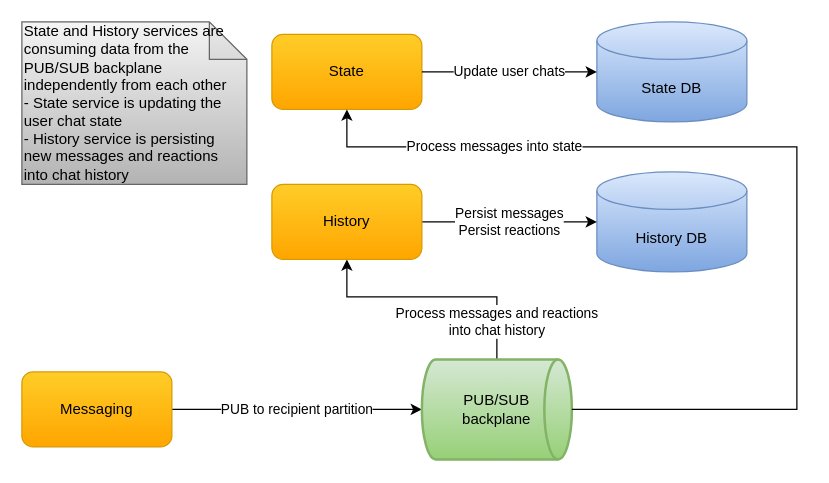
Earlier version of the draw.io diagram docs/diagrams/cecochat-04-history-state.drawio (cvetomir-todorov/CecoChat). Source tidied: cells renumbered, new cells numbered last; positions are measured from the earlier drawing's top-left corner, leaving out a move shared by most shapes. Both pictures are drawn from the tidied source at 125%, with x=0, y=0 at pixel (21, 21).
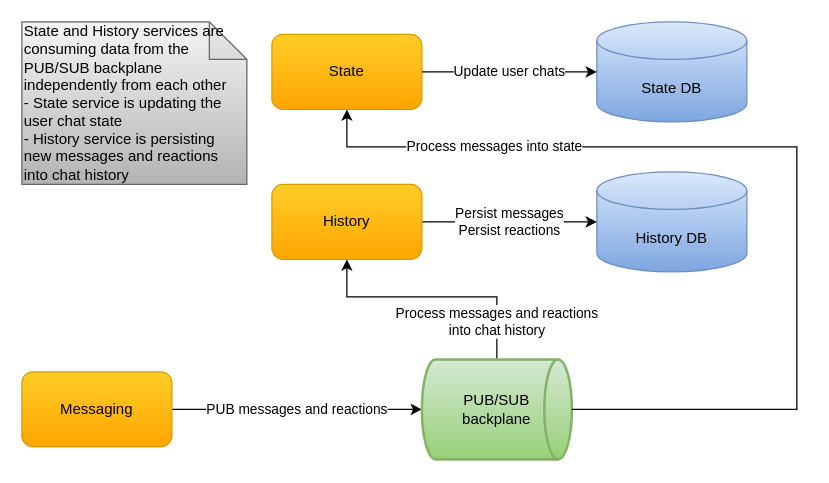
After the change.

Diff of the diagram source:
```diff
@@
 <mxGraphModel>
   <root>
     <mxCell id="0" />
     <mxCell id="1" parent="0" />
-    <mxCell id="2" value="PUB to recipient partition" style="rounded=0;jettySize=auto;html=1;entryX=0;entryY=0.5;entryDx=0;entryDy=0;entryPerimeter=0;startArrow=none;startFill=0;exitX=1;exitY=0.5;exitDx=0;exitDy=0;" parent="1" edge="1" source="3" target="5">
+    <mxCell id="2" value="PUB messages and reactions" style="rounded=0;jettySize=auto;html=1;entryX=0;entryY=0.5;entryDx=0;entryDy=0;entryPerimeter=0;startArrow=none;startFill=0;exitX=1;exitY=0.5;exitDx=0;exitDy=0;" parent="1" edge="1" source="3" target="5">
       <mxGeometry relative="1" as="geometry" />
     </mxCell>
     <mxCell id="3" value="&lt;font style=&quot;font-size: 12px&quot;&gt;Messaging&lt;/font&gt;" style="rounded=1;whiteSpace=wrap;html=1;gradientColor=#ffa500;fillColor=#ffcd28;strokeColor=#d79b00;" parent="1" vertex="1">
       <mxGeometry y="280" width="120" height="60" as="geometry" />
     </mxCell>
     <mxCell id="4" value="Process messages and reactions&lt;br&gt;into chat history" style="edgeStyle=orthogonalEdgeStyle;rounded=0;jettySize=auto;html=1;entryX=0.5;entryY=1;entryDx=0;entryDy=0;exitX=0.5;exitY=0;exitDx=0;exitDy=0;exitPerimeter=0;" parent="1" edge="1" source="5" target="8">
       <mxGeometry x="-0.7" relative="1" as="geometry">
         <Array as="points">
           <mxPoint x="380" y="220" />
           <mxPoint x="260" y="220" />
         </Array>
       </mxGeometry>
     </mxCell>
     <mxCell id="5" value="PUB/SUB&lt;br&gt;backplane" style="strokeWidth=2;html=1;shape=mxgraph.flowchart.direct_data;whiteSpace=wrap;gradientColor=#97d077;fillColor=#d5e8d4;strokeColor=#82b366;" parent="1" vertex="1">
       <mxGeometry x="320" y="270" width="120" height="80" as="geometry" />
     </mxCell>
     <mxCell id="6" value="History DB" style="shape=cylinder3;whiteSpace=wrap;html=1;boundedLbl=1;backgroundOutline=1;size=15;gradientColor=#7ea6e0;fillColor=#dae8fc;strokeColor=#6c8ebf;" parent="1" vertex="1">
       <mxGeometry x="460" y="120" width="120" height="80" as="geometry" />
     </mxCell>
     <mxCell id="7" value="&lt;font style=&quot;font-size: 11px&quot;&gt;Persist messages&lt;br&gt;Persist reactions&lt;br&gt;&lt;/font&gt;" style="rounded=0;jettySize=auto;html=1;entryX=0;entryY=0.5;entryDx=0;entryDy=0;entryPerimeter=0;startArrow=none;startFill=0;exitX=1;exitY=0.5;exitDx=0;exitDy=0;" parent="1" edge="1" source="8" target="6">
       <mxGeometry relative="1" as="geometry" />
     </mxCell>
     <mxCell id="8" value="&lt;font style=&quot;font-size: 12px&quot;&gt;History&lt;/font&gt;" style="rounded=1;whiteSpace=wrap;html=1;gradientColor=#ffa500;fillColor=#ffcd28;strokeColor=#d79b00;" parent="1" vertex="1">
       <mxGeometry x="200" y="130" width="120" height="60" as="geometry" />
     </mxCell>
     <mxCell id="9" value="State DB" style="shape=cylinder3;whiteSpace=wrap;html=1;boundedLbl=1;backgroundOutline=1;size=15;gradientColor=#7ea6e0;fillColor=#dae8fc;strokeColor=#6c8ebf;" parent="1" vertex="1">
       <mxGeometry x="460" width="120" height="80" as="geometry" />
     </mxCell>
     <mxCell id="10" value="&lt;font style=&quot;font-size: 12px&quot;&gt;State&lt;/font&gt;" style="rounded=1;whiteSpace=wrap;html=1;gradientColor=#ffa500;fillColor=#ffcd28;strokeColor=#d79b00;" parent="1" vertex="1">
       <mxGeometry x="200" y="10" width="120" height="60" as="geometry" />
     </mxCell>
     <mxCell id="11" value="Process messages into state" style="edgeStyle=orthogonalEdgeStyle;rounded=0;jettySize=auto;html=1;entryX=0.5;entryY=1;entryDx=0;entryDy=0;exitX=1;exitY=0.5;exitDx=0;exitDy=0;exitPerimeter=0;" parent="1" edge="1" source="5" target="10">
       <mxGeometry x="0.62" relative="1" as="geometry">
         <Array as="points">
           <mxPoint x="620" y="310" />
           <mxPoint x="620" y="100" />
           <mxPoint x="260" y="100" />
         </Array>
       </mxGeometry>
     </mxCell>
     <mxCell id="12" value="&lt;font style=&quot;font-size: 11px&quot;&gt;Update user chats&lt;br&gt;&lt;/font&gt;" style="rounded=0;jettySize=auto;html=1;entryX=0;entryY=0.5;entryDx=0;entryDy=0;entryPerimeter=0;startArrow=none;startFill=0;exitX=1;exitY=0.5;exitDx=0;exitDy=0;" parent="1" edge="1" source="10" target="9">
       <mxGeometry relative="1" as="geometry" />
     </mxCell>
     <mxCell id="13" value="State and History services are consuming data from the PUB/SUB backplane independently from each other&lt;br&gt;- State service is updating the user chat state&lt;br&gt;- History service is persisting new messages and reactions into chat history" style="shape=note;whiteSpace=wrap;html=1;backgroundOutline=1;darkOpacity=0.05;align=left;gradientColor=#b3b3b3;fillColor=#f5f5f5;strokeColor=#666666;" parent="1" vertex="1">
       <mxGeometry width="180" height="130" as="geometry" />
     </mxCell>
   </root>
 </mxGraphModel>
```
